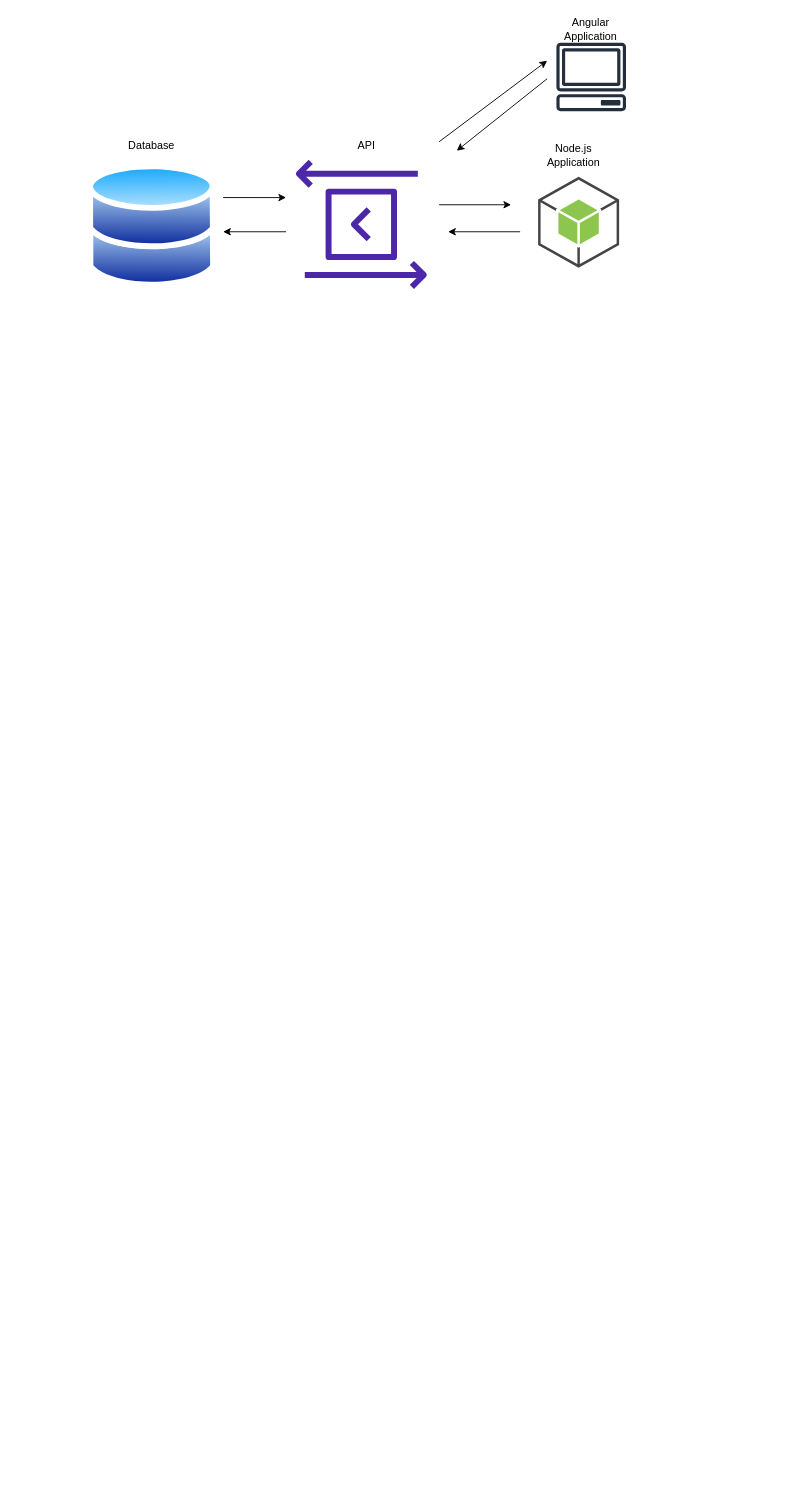
Earlier version of the draw.io diagram Realtime_issues.drawio (Chukwuka1488/Realtime-Client-Server-issue-tracking-statistics). Source tidied: cells renumbered, new cells numbered last; positions are measured from the earlier drawing's top-left corner, leaving out a move shared by most shapes. Both pictures are drawn from the tidied source at 90%, with x=0, y=0 at pixel (87, 15). Pictures stored in the file or linked from it are replaced by grey dashed boxes.
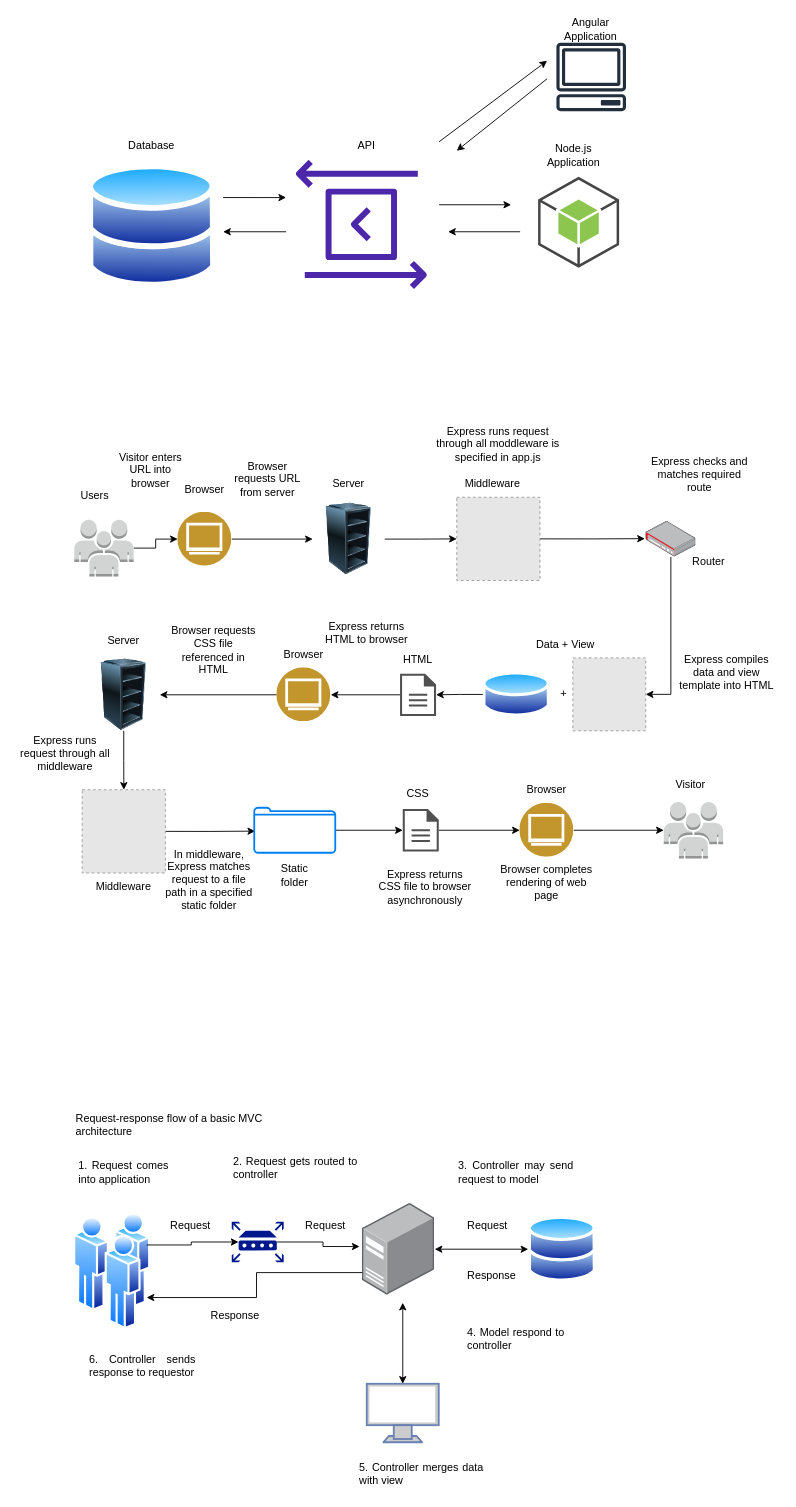
Above is the later version.

Change to the diagram source:
```diff
@@
+    <mxCell id="18" style="outlineConnect=0;dashed=0;verticalLabelPosition=bottom;verticalAlign=top;align=center;html=1;shape=mxgraph.aws3.users;fillColor=#D2D3D3;gradientColor=none;" parent="1" vertex="1">
+      <mxGeometry x="640" y="873.5" width="66" height="63" as="geometry" />
+    </mxCell>
+    <mxCell id="19" style="edgeStyle=orthogonalEdgeStyle;rounded=0;jettySize=auto;html=1;exitX=1;exitY=0.5;exitDx=0;exitDy=0;entryX=0;entryY=0.5;entryDx=0;entryDy=0;" parent="1" edge="1" source="20" target="22">
+      <mxGeometry relative="1" as="geometry" />
+    </mxCell>
+    <mxCell id="20" style="image;perimeter=ellipsePerimeter;html=1;align=center;shadow=0;dashed=0;fontColor=#4277BB;labelBackgroundColor=default;fontSize=12;spacingTop=3;image=img/lib/ibm/users/browser.svg;" parent="1" vertex="1">
+      <mxGeometry x="100" y="551.5" width="60" height="60" as="geometry" />
+    </mxCell>
+    <mxCell id="21" style="edgeStyle=orthogonalEdgeStyle;rounded=0;jettySize=auto;html=1;exitX=1;exitY=0.5;exitDx=0;exitDy=0;entryX=0;entryY=0.5;entryDx=0;entryDy=0;" parent="1" edge="1" source="22" target="24">
+      <mxGeometry relative="1" as="geometry" />
+    </mxCell>
+    <mxCell id="22" style="image;html=1;image=img/lib/clip_art/computers/Server_Rack_Empty_128x128.png;" parent="1" vertex="1">
+      <mxGeometry x="250" y="541.5" width="80" height="80" as="geometry" />
+    </mxCell>
+    <mxCell id="23" style="edgeStyle=orthogonalEdgeStyle;rounded=0;jettySize=auto;html=1;exitX=1;exitY=0.5;exitDx=0;exitDy=0;entryX=-0.017;entryY=0.487;entryDx=0;entryDy=0;entryPerimeter=0;" parent="1" edge="1" source="24" target="30">
+      <mxGeometry relative="1" as="geometry" />
+    </mxCell>
+    <mxCell id="24" style="fillColor=#E6E6E6;strokeColor=#999999;dashed=1;html=1;verticalAlign=top;verticalLabelPosition=bottom;labelBackgroundColor=#ffffff;" parent="1" vertex="1">
+      <mxGeometry x="410" y="535" width="92.5" height="92.5" as="geometry" />
+    </mxCell>
+    <mxCell id="25" value="Users" style="text;html=1;strokeColor=none;fillColor=none;align=center;verticalAlign=middle;whiteSpace=wrap;rounded=0;" parent="1" vertex="1">
+      <mxGeometry x="-22" y="518" width="60" height="30" as="geometry" />
+    </mxCell>
+    <mxCell id="26" value="Browser" style="text;html=1;strokeColor=none;fillColor=none;align=center;verticalAlign=middle;whiteSpace=wrap;rounded=0;" parent="1" vertex="1">
+      <mxGeometry x="100" y="511.5" width="60" height="30" as="geometry" />
+    </mxCell>
+    <mxCell id="27" value="Server" style="text;html=1;strokeColor=none;fillColor=none;align=center;verticalAlign=middle;whiteSpace=wrap;rounded=0;" parent="1" vertex="1">
+      <mxGeometry x="260" y="505" width="60" height="30" as="geometry" />
+    </mxCell>
+    <mxCell id="28" value="Middleware" style="text;html=1;strokeColor=none;fillColor=none;align=center;verticalAlign=middle;whiteSpace=wrap;rounded=0;" parent="1" vertex="1">
+      <mxGeometry x="420" y="505" width="60" height="30" as="geometry" />
+    </mxCell>
+    <mxCell id="29" style="edgeStyle=orthogonalEdgeStyle;rounded=0;jettySize=auto;html=1;entryX=1;entryY=0.5;entryDx=0;entryDy=0;" parent="1" edge="1" source="30" target="37">
+      <mxGeometry relative="1" as="geometry" />
+    </mxCell>
+    <mxCell id="30" style="image;points=[];html=1;align=center;shadow=0;dashed=0;image=img/lib/allied_telesis/security/Router_VPN.svg;" parent="1" vertex="1">
+      <mxGeometry x="620" y="561.7" width="55.8" height="39.6" as="geometry" />
+    </mxCell>
+    <mxCell id="31" value="Visitor enters URL into browser" style="text;html=1;strokeColor=none;fillColor=none;align=center;verticalAlign=middle;whiteSpace=wrap;rounded=0;" parent="1" vertex="1">
+      <mxGeometry x="30" y="490" width="80" height="30" as="geometry" />
+    </mxCell>
+    <mxCell id="32" value="Browser requests URL from server" style="text;html=1;strokeColor=none;fillColor=none;align=center;verticalAlign=middle;whiteSpace=wrap;rounded=0;" parent="1" vertex="1">
+      <mxGeometry x="160" y="500" width="80" height="30" as="geometry" />
+    </mxCell>
+    <mxCell id="33" value="Express runs request through all moddleware is specified in app.js" style="text;html=1;strokeColor=none;fillColor=none;align=center;verticalAlign=middle;whiteSpace=wrap;rounded=0;" parent="1" vertex="1">
+      <mxGeometry x="381.2" y="452.5" width="150" height="47.5" as="geometry" />
+    </mxCell>
+    <mxCell id="34" value="Express checks and matches required route" style="text;html=1;strokeColor=none;fillColor=none;align=center;verticalAlign=middle;whiteSpace=wrap;rounded=0;" parent="1" vertex="1">
+      <mxGeometry x="620" y="490" width="120" height="40" as="geometry" />
+    </mxCell>
+    <mxCell id="35" value="Router" style="text;html=1;strokeColor=none;fillColor=none;align=center;verticalAlign=middle;whiteSpace=wrap;rounded=0;" parent="1" vertex="1">
+      <mxGeometry x="660" y="592" width="60" height="30" as="geometry" />
+    </mxCell>
+    <mxCell id="36" style="group;" parent="1" vertex="1">
+      <mxGeometry x="439" y="683.5" width="181" height="111" as="geometry" />
+    </mxCell>
+    <mxCell id="37" style="fillColor=#E6E6E6;strokeColor=#999999;dashed=1;html=1;verticalAlign=top;verticalLabelPosition=bottom;labelBackgroundColor=#ffffff;" parent="36" vertex="1">
+      <mxGeometry x="100" y="30" width="81" height="81" as="geometry" />
+    </mxCell>
+    <mxCell id="38" value="+" style="text;html=1;strokeColor=none;fillColor=none;align=center;verticalAlign=middle;whiteSpace=wrap;rounded=0;" parent="36" vertex="1">
+      <mxGeometry x="80" y="55.5" width="20" height="30" as="geometry" />
+    </mxCell>
+    <mxCell id="39" style="image;perimeter=ellipsePerimeter;html=1;align=center;shadow=0;dashed=0;spacingTop=3;image=img/lib/active_directory/database.svg;" parent="36" vertex="1">
+      <mxGeometry y="42.8" width="75" height="55.5" as="geometry" />
+    </mxCell>
+    <mxCell id="40" value="Data + View" style="text;html=1;strokeColor=none;fillColor=none;align=center;verticalAlign=middle;whiteSpace=wrap;rounded=0;" parent="36" vertex="1">
+      <mxGeometry x="50" width="84" height="30" as="geometry" />
+    </mxCell>
+    <mxCell id="41" style="edgeStyle=orthogonalEdgeStyle;rounded=0;jettySize=auto;html=1;" parent="1" edge="1" source="42" target="47">
+      <mxGeometry relative="1" as="geometry" />
+    </mxCell>
+    <mxCell id="42" style="sketch=0;shadow=0;dashed=0;html=1;strokeColor=none;fillColor=#505050;labelPosition=center;verticalLabelPosition=bottom;verticalAlign=top;outlineConnect=0;align=center;shape=mxgraph.office.concepts.document;" parent="1" vertex="1">
+      <mxGeometry x="347" y="731" width="40" height="47" as="geometry" />
+    </mxCell>
+    <mxCell id="43" style="edgeStyle=orthogonalEdgeStyle;rounded=0;jettySize=auto;html=1;" parent="1" edge="1" source="39" target="42">
+      <mxGeometry relative="1" as="geometry" />
+    </mxCell>
+    <mxCell id="44" value="Express compiles data and view template into HTML" style="text;html=1;strokeColor=none;fillColor=none;align=center;verticalAlign=middle;whiteSpace=wrap;rounded=0;" parent="1" vertex="1">
+      <mxGeometry x="650" y="710" width="120" height="40" as="geometry" />
+    </mxCell>
+    <mxCell id="45" value="HTML" style="text;html=1;strokeColor=none;fillColor=none;align=center;verticalAlign=middle;whiteSpace=wrap;rounded=0;" parent="1" vertex="1">
+      <mxGeometry x="337" y="701" width="60" height="30" as="geometry" />
+    </mxCell>
+    <mxCell id="46" style="edgeStyle=orthogonalEdgeStyle;rounded=0;jettySize=auto;html=1;entryX=1;entryY=0.5;entryDx=0;entryDy=0;" parent="1" edge="1" source="47" target="51">
+      <mxGeometry relative="1" as="geometry" />
+    </mxCell>
+    <mxCell id="47" style="image;perimeter=ellipsePerimeter;html=1;align=center;shadow=0;dashed=0;fontColor=#4277BB;labelBackgroundColor=default;fontSize=12;spacingTop=3;image=img/lib/ibm/users/browser.svg;" parent="1" vertex="1">
+      <mxGeometry x="210" y="724.5" width="60" height="60" as="geometry" />
+    </mxCell>
+    <mxCell id="48" value="Browser" style="text;html=1;strokeColor=none;fillColor=none;align=center;verticalAlign=middle;whiteSpace=wrap;rounded=0;" parent="1" vertex="1">
+      <mxGeometry x="210" y="694.5" width="60" height="30" as="geometry" />
+    </mxCell>
+    <mxCell id="49" value="Express returns HTML to browser" style="text;html=1;strokeColor=none;fillColor=none;align=center;verticalAlign=middle;whiteSpace=wrap;rounded=0;" parent="1" vertex="1">
+      <mxGeometry x="260" y="671" width="100" height="30" as="geometry" />
+    </mxCell>
+    <mxCell id="50" style="edgeStyle=orthogonalEdgeStyle;rounded=0;jettySize=auto;html=1;exitX=0.5;exitY=1;exitDx=0;exitDy=0;" parent="1" edge="1" source="51" target="55">
+      <mxGeometry relative="1" as="geometry" />
+    </mxCell>
+    <mxCell id="51" style="image;html=1;image=img/lib/clip_art/computers/Server_Rack_Empty_128x128.png;" parent="1" vertex="1">
+      <mxGeometry y="714.5" width="80" height="80" as="geometry" />
+    </mxCell>
+    <mxCell id="52" value="Server" style="text;html=1;strokeColor=none;fillColor=none;align=center;verticalAlign=middle;whiteSpace=wrap;rounded=0;" parent="1" vertex="1">
+      <mxGeometry x="10" y="680" width="60" height="30" as="geometry" />
+    </mxCell>
+    <mxCell id="53" value="Browser requests CSS file referenced in HTML" style="text;html=1;strokeColor=none;fillColor=none;align=center;verticalAlign=middle;whiteSpace=wrap;rounded=0;" parent="1" vertex="1">
+      <mxGeometry x="90" y="680" width="100" height="50" as="geometry" />
+    </mxCell>
+    <mxCell id="54" style="edgeStyle=orthogonalEdgeStyle;rounded=0;jettySize=auto;html=1;exitX=1;exitY=0.5;exitDx=0;exitDy=0;entryX=0.011;entryY=0.52;entryDx=0;entryDy=0;entryPerimeter=0;" parent="1" edge="1" source="55" target="58">
+      <mxGeometry relative="1" as="geometry" />
+    </mxCell>
+    <mxCell id="55" style="fillColor=#E6E6E6;strokeColor=#999999;dashed=1;html=1;verticalAlign=top;verticalLabelPosition=bottom;labelBackgroundColor=#ffffff;" parent="1" vertex="1">
+      <mxGeometry x="-6.2" y="860" width="92.5" height="92.5" as="geometry" />
+    </mxCell>
+    <mxCell id="56" value="Express runs request through all middleware" style="text;html=1;strokeColor=none;fillColor=none;align=center;verticalAlign=middle;whiteSpace=wrap;rounded=0;" parent="1" vertex="1">
+      <mxGeometry x="-80" y="800" width="110" height="40" as="geometry" />
+    </mxCell>
+    <mxCell id="57" style="edgeStyle=orthogonalEdgeStyle;rounded=0;jettySize=auto;html=1;" parent="1" edge="1" source="58" target="63">
+      <mxGeometry relative="1" as="geometry" />
+    </mxCell>
+    <mxCell id="58" style="html=1;verticalLabelPosition=bottom;align=center;labelBackgroundColor=#ffffff;verticalAlign=top;strokeWidth=2;strokeColor=#0080F0;shadow=0;dashed=0;shape=mxgraph.ios7.icons.folder;" parent="1" vertex="1">
+      <mxGeometry x="185" y="880" width="90" height="50" as="geometry" />
+    </mxCell>
+    <mxCell id="59" value="Middleware" style="text;html=1;strokeColor=none;fillColor=none;align=center;verticalAlign=middle;whiteSpace=wrap;rounded=0;" parent="1" vertex="1">
+      <mxGeometry x="10" y="953" width="60" height="30" as="geometry" />
+    </mxCell>
+    <mxCell id="60" value="Static folder" style="text;html=1;strokeColor=none;fillColor=none;align=center;verticalAlign=middle;whiteSpace=wrap;rounded=0;" parent="1" vertex="1">
+      <mxGeometry x="200" y="940" width="60" height="30" as="geometry" />
+    </mxCell>
+    <mxCell id="61" value="In middleware, Express matches request to a file path in a specified static folder" style="text;html=1;strokeColor=none;fillColor=none;align=center;verticalAlign=middle;whiteSpace=wrap;rounded=0;" parent="1" vertex="1">
+      <mxGeometry x="80" y="940" width="110" height="40" as="geometry" />
+    </mxCell>
+    <mxCell id="62" style="edgeStyle=orthogonalEdgeStyle;rounded=0;jettySize=auto;html=1;entryX=0;entryY=0.5;entryDx=0;entryDy=0;" parent="1" edge="1" source="63" target="67">
+      <mxGeometry relative="1" as="geometry" />
+    </mxCell>
+    <mxCell id="63" style="sketch=0;shadow=0;dashed=0;html=1;strokeColor=none;fillColor=#505050;labelPosition=center;verticalLabelPosition=bottom;verticalAlign=top;outlineConnect=0;align=center;shape=mxgraph.office.concepts.document;" parent="1" vertex="1">
+      <mxGeometry x="350" y="881.5" width="40" height="47" as="geometry" />
+    </mxCell>
+    <mxCell id="64" value="CSS" style="text;html=1;strokeColor=none;fillColor=none;align=center;verticalAlign=middle;whiteSpace=wrap;rounded=0;" parent="1" vertex="1">
+      <mxGeometry x="337" y="850" width="60" height="30" as="geometry" />
+    </mxCell>
+    <mxCell id="65" value="Express returns CSS file to browser asynchronously" style="text;html=1;strokeColor=none;fillColor=none;align=center;verticalAlign=middle;whiteSpace=wrap;rounded=0;" parent="1" vertex="1">
+      <mxGeometry x="320" y="948" width="110" height="40" as="geometry" />
+    </mxCell>
+    <mxCell id="66" style="edgeStyle=orthogonalEdgeStyle;rounded=0;jettySize=auto;html=1;entryX=0;entryY=0.5;entryDx=0;entryDy=0;entryPerimeter=0;" parent="1" edge="1" source="67" target="18">
+      <mxGeometry relative="1" as="geometry" />
+    </mxCell>
+    <mxCell id="67" style="image;perimeter=ellipsePerimeter;html=1;align=center;shadow=0;dashed=0;fontColor=#4277BB;labelBackgroundColor=default;fontSize=12;spacingTop=3;image=img/lib/ibm/users/browser.svg;" parent="1" vertex="1">
+      <mxGeometry x="480" y="875" width="60" height="60" as="geometry" />
+    </mxCell>
+    <mxCell id="68" value="Browser completes rendering of web page" style="text;html=1;strokeColor=none;fillColor=none;align=center;verticalAlign=middle;whiteSpace=wrap;rounded=0;" parent="1" vertex="1">
+      <mxGeometry x="455" y="943" width="110" height="40" as="geometry" />
+    </mxCell>
+    <mxCell id="69" style="edgeStyle=orthogonalEdgeStyle;rounded=0;jettySize=auto;html=1;entryX=0;entryY=0.5;entryDx=0;entryDy=0;" parent="1" edge="1" source="70" target="20">
+      <mxGeometry relative="1" as="geometry" />
+    </mxCell>
+    <mxCell id="70" style="outlineConnect=0;dashed=0;verticalLabelPosition=bottom;verticalAlign=top;align=center;html=1;shape=mxgraph.aws3.users;fillColor=#D2D3D3;gradientColor=none;" parent="1" vertex="1">
+      <mxGeometry x="-15" y="560" width="66" height="63" as="geometry" />
+    </mxCell>
+    <mxCell id="71" value="Browser" style="text;html=1;strokeColor=none;fillColor=none;align=center;verticalAlign=middle;whiteSpace=wrap;rounded=0;" parent="1" vertex="1">
+      <mxGeometry x="480" y="845" width="60" height="30" as="geometry" />
+    </mxCell>
+    <mxCell id="72" value="Visitor" style="text;html=1;strokeColor=none;fillColor=none;align=center;verticalAlign=middle;whiteSpace=wrap;rounded=0;" parent="1" vertex="1">
+      <mxGeometry x="640" y="840" width="60" height="30" as="geometry" />
+    </mxCell>
+    <mxCell id="73" style="group;" parent="1" vertex="1">
+      <mxGeometry x="-15.8" y="1260" width="580.8" height="380" as="geometry" />
+    </mxCell>
+    <mxCell id="74" style="image;perimeter=ellipsePerimeter;html=1;align=center;shadow=0;dashed=0;spacingTop=3;image=img/lib/active_directory/users.svg;" parent="73" vertex="1">
+      <mxGeometry y="70" width="85.8" height="130" as="geometry" />
+    </mxCell>
+    <mxCell id="75" style="sketch=0;shadow=0;dashed=0;html=1;strokeColor=none;labelPosition=center;verticalLabelPosition=bottom;verticalAlign=top;align=center;fillColor=#00188D;shape=mxgraph.mscae.enterprise.router;" parent="73" vertex="1">
+      <mxGeometry x="175.8" y="80" width="57.7" height="45" as="geometry" />
+    </mxCell>
+    <mxCell id="76" style="edgeStyle=orthogonalEdgeStyle;rounded=0;jettySize=auto;html=1;exitX=1;exitY=0.25;exitDx=0;exitDy=0;entryX=0.13;entryY=0.5;entryDx=0;entryDy=0;entryPerimeter=0;" parent="73" edge="1" source="74" target="75">
+      <mxGeometry relative="1" as="geometry" />
+    </mxCell>
+    <mxCell id="77" style="image;points=[];html=1;align=center;shadow=0;dashed=0;image=img/lib/allied_telesis/computer_and_terminals/Server_Desktop.svg;" parent="73" vertex="1">
+      <mxGeometry x="320.8" y="59.5" width="80.5" height="102" as="geometry" />
+    </mxCell>
+    <mxCell id="78" style="edgeStyle=orthogonalEdgeStyle;rounded=0;jettySize=auto;html=1;exitX=0;exitY=0.755;exitDx=0;exitDy=0;entryX=1;entryY=0.75;entryDx=0;entryDy=0;exitPerimeter=0;" parent="73" edge="1" source="77" target="74">
+      <mxGeometry relative="1" as="geometry" />
+    </mxCell>
+    <mxCell id="79" style="edgeStyle=orthogonalEdgeStyle;rounded=0;jettySize=auto;html=1;exitX=0.87;exitY=0.5;exitDx=0;exitDy=0;exitPerimeter=0;entryX=-0.037;entryY=0.471;entryDx=0;entryDy=0;entryPerimeter=0;" parent="73" edge="1" source="75" target="77">
+      <mxGeometry relative="1" as="geometry" />
+    </mxCell>
+    <mxCell id="80" style="image;perimeter=ellipsePerimeter;html=1;align=center;shadow=0;dashed=0;spacingTop=3;image=img/lib/active_directory/databases.svg;" parent="73" vertex="1">
+      <mxGeometry x="505.3" y="73.5" width="75.5" height="74" as="geometry" />
+    </mxCell>
+    <mxCell id="81" style="fontColor=#0066CC;verticalAlign=top;verticalLabelPosition=bottom;labelPosition=center;align=center;html=1;outlineConnect=0;fillColor=#CCCCCC;strokeColor=#6881B3;gradientColor=none;gradientDirection=north;strokeWidth=2;shape=mxgraph.networks.monitor;" parent="73" vertex="1">
+      <mxGeometry x="325.8" y="260" width="80" height="65" as="geometry" />
+    </mxCell>
+    <mxCell id="82" style="endArrow=classic;startArrow=classic;html=1;rounded=0;exitX=0.5;exitY=0;exitDx=0;exitDy=0;exitPerimeter=0;" parent="73" edge="1" source="81">
+      <mxGeometry relative="1" as="geometry">
+        <mxPoint x="365.8" y="170" as="targetPoint" />
+      </mxGeometry>
+    </mxCell>
+    <mxCell id="83" style="endArrow=classic;startArrow=classic;html=1;rounded=0;entryX=0;entryY=0.5;entryDx=0;entryDy=0;" parent="73" edge="1" source="77" target="80">
+      <mxGeometry relative="1" as="geometry" />
+    </mxCell>
+    <mxCell id="84" value="&lt;div style=&quot;text-align: justify;&quot;&gt;&lt;span style=&quot;background-color: initial;&quot;&gt;1. Request comes into application&lt;/span&gt;&lt;/div&gt;" style="text;html=1;strokeColor=none;fillColor=none;align=left;verticalAlign=middle;whiteSpace=wrap;rounded=0;" parent="73" vertex="1">
+      <mxGeometry x="3.8" y="10" width="102" height="30" as="geometry" />
+    </mxCell>
+    <mxCell id="85" value="&lt;div style=&quot;text-align: justify;&quot;&gt;&lt;span style=&quot;background-color: initial;&quot;&gt;2. Request gets routed to controller&lt;/span&gt;&lt;/div&gt;" style="text;html=1;strokeColor=none;fillColor=none;align=left;verticalAlign=middle;whiteSpace=wrap;rounded=0;" parent="73" vertex="1">
+      <mxGeometry x="175.8" width="140" height="40" as="geometry" />
+    </mxCell>
+    <mxCell id="86" value="&lt;div style=&quot;text-align: justify;&quot;&gt;&lt;span style=&quot;background-color: initial;&quot;&gt;Request&lt;/span&gt;&lt;/div&gt;" style="text;html=1;strokeColor=none;fillColor=none;align=left;verticalAlign=middle;whiteSpace=wrap;rounded=0;" parent="73" vertex="1">
+      <mxGeometry x="105.8" y="70" width="50" height="30" as="geometry" />
+    </mxCell>
+    <mxCell id="87" value="&lt;div style=&quot;text-align: justify;&quot;&gt;&lt;span style=&quot;background-color: initial;&quot;&gt;Request&lt;/span&gt;&lt;/div&gt;" style="text;html=1;strokeColor=none;fillColor=none;align=left;verticalAlign=middle;whiteSpace=wrap;rounded=0;" parent="73" vertex="1">
+      <mxGeometry x="255.8" y="70" width="50" height="30" as="geometry" />
+    </mxCell>
+    <mxCell id="88" value="&lt;div style=&quot;text-align: justify;&quot;&gt;&lt;span style=&quot;background-color: initial;&quot;&gt;Request&lt;/span&gt;&lt;/div&gt;" style="text;html=1;strokeColor=none;fillColor=none;align=left;verticalAlign=middle;whiteSpace=wrap;rounded=0;" parent="73" vertex="1">
+      <mxGeometry x="435.8" y="70" width="50" height="30" as="geometry" />
+    </mxCell>
+    <mxCell id="89" value="&lt;div style=&quot;text-align: justify;&quot;&gt;&lt;span style=&quot;background-color: initial;&quot;&gt;3. Controller may send request to model&lt;/span&gt;&lt;/div&gt;" style="text;html=1;strokeColor=none;fillColor=none;align=left;verticalAlign=middle;whiteSpace=wrap;rounded=0;" parent="73" vertex="1">
+      <mxGeometry x="425.8" y="5" width="130" height="40" as="geometry" />
+    </mxCell>
+    <mxCell id="90" value="&lt;div style=&quot;text-align: justify;&quot;&gt;&lt;span style=&quot;background-color: initial;&quot;&gt;4. Model respond to controller&lt;/span&gt;&lt;/div&gt;" style="text;html=1;strokeColor=none;fillColor=none;align=left;verticalAlign=middle;whiteSpace=wrap;rounded=0;" parent="73" vertex="1">
+      <mxGeometry x="435.8" y="190" width="110" height="40" as="geometry" />
+    </mxCell>
+    <mxCell id="91" value="&lt;div style=&quot;text-align: justify;&quot;&gt;&lt;span style=&quot;background-color: initial;&quot;&gt;Response&lt;/span&gt;&lt;/div&gt;" style="text;html=1;strokeColor=none;fillColor=none;align=left;verticalAlign=middle;whiteSpace=wrap;rounded=0;" parent="73" vertex="1">
+      <mxGeometry x="435.8" y="125" width="50" height="30" as="geometry" />
+    </mxCell>
+    <mxCell id="92" value="&lt;div style=&quot;text-align: justify;&quot;&gt;&lt;span style=&quot;background-color: initial;&quot;&gt;Response&lt;/span&gt;&lt;/div&gt;" style="text;html=1;strokeColor=none;fillColor=none;align=left;verticalAlign=middle;whiteSpace=wrap;rounded=0;" parent="73" vertex="1">
+      <mxGeometry x="150.8" y="170" width="50" height="30" as="geometry" />
+    </mxCell>
+    <mxCell id="93" value="&lt;div style=&quot;text-align: justify;&quot;&gt;&lt;span style=&quot;background-color: initial;&quot;&gt;5. Controller merges data with view&lt;/span&gt;&lt;/div&gt;" style="text;html=1;strokeColor=none;fillColor=none;align=left;verticalAlign=middle;whiteSpace=wrap;rounded=0;" parent="73" vertex="1">
+      <mxGeometry x="315.8" y="340" width="140" height="40" as="geometry" />
+    </mxCell>
+    <mxCell id="94" value="&lt;div style=&quot;text-align: justify;&quot;&gt;6. Controller sends response to requestor&lt;/div&gt;" style="text;html=1;strokeColor=none;fillColor=none;align=left;verticalAlign=middle;whiteSpace=wrap;rounded=0;" parent="73" vertex="1">
+      <mxGeometry x="15.8" y="220" width="120" height="40" as="geometry" />
+    </mxCell>
+    <mxCell id="95" value="&lt;p class=&quot;p1&quot;&gt;Request-response flow of a basic MVC architecture&lt;/p&gt;" style="text;whiteSpace=wrap;html=1;" parent="1" vertex="1">
+      <mxGeometry x="-15" y="1200" width="240" height="50" as="geometry" />
+    </mxCell>
```
